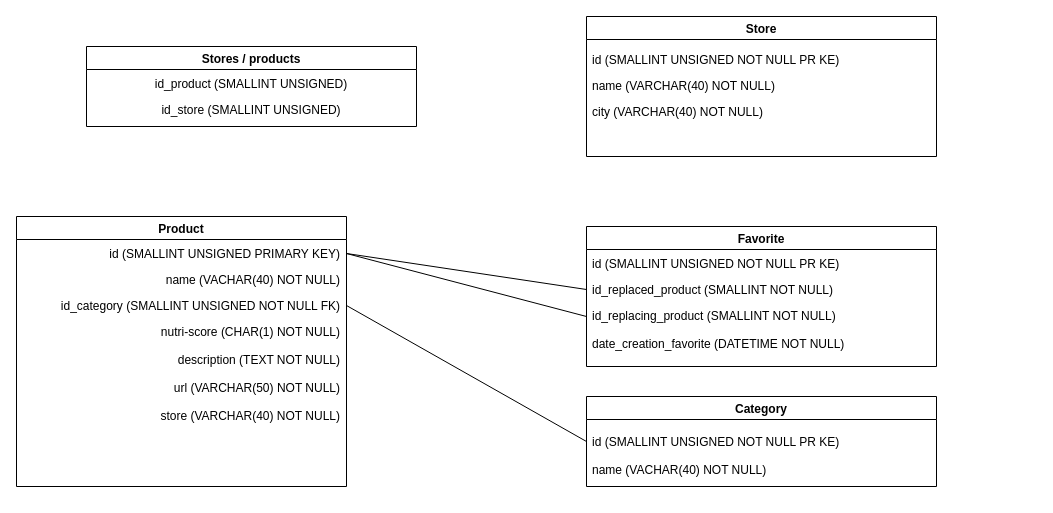
This is OrgaBDD.drawio from vicsim181/Pur_Beurre, a draw.io file, before an edit. Source tidied: cells renumbered, new cells numbered last; positions are measured from the earlier drawing's top-left corner, leaving out a move shared by most shapes. Both pictures are drawn from the tidied source at 100%, with x=0, y=0 at pixel (16, 16).
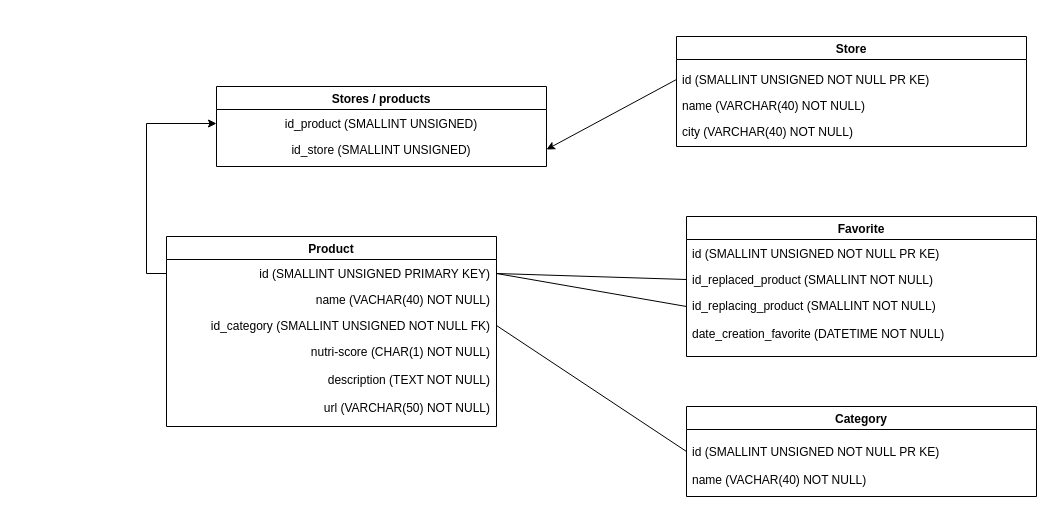
The same page after the edit.

The change refers to these unchanged cells:
```xml
<mxCell id="6" value="id (SMALLINT UNSIGNED PRIMARY KEY)" style="text;strokeColor=none;fillColor=none;align=right;verticalAlign=top;spacingLeft=4;spacingRight=4;overflow=hidden;points=[[0,0.5],[1,0.5]];portConstraint=eastwest;" parent="2" vertex="1">
  <mxGeometry y="24" width="330" height="26" as="geometry" />
</mxCell>
<mxCell id="15" value="id (SMALLINT UNSIGNED NOT NULL PR KE)" style="text;strokeColor=none;fillColor=none;align=left;verticalAlign=top;spacingLeft=4;spacingRight=4;overflow=hidden;points=[[0,0.5],[1,0.5]];portConstraint=eastwest;" parent="13" vertex="1">
  <mxGeometry y="30" width="330" height="26" as="geometry" />
</mxCell>
<mxCell id="26" value="id_product (SMALLINT UNSIGNED)" style="text;strokeColor=none;fillColor=none;align=center;verticalAlign=top;spacingLeft=4;spacingRight=4;overflow=hidden;points=[[0,0.5],[1,0.5]];portConstraint=eastwest;" parent="25" vertex="1">
  <mxGeometry y="24" width="330" height="26" as="geometry" />
</mxCell>
<mxCell id="27" value="id_store (SMALLINT UNSIGNED)" style="text;strokeColor=none;fillColor=none;align=center;verticalAlign=top;spacingLeft=4;spacingRight=4;overflow=hidden;points=[[0,0.5],[1,0.5]];portConstraint=eastwest;" parent="25" vertex="1">
  <mxGeometry y="50" width="330" height="26" as="geometry" />
</mxCell>
```

The edit, as a diff of the source:
```diff
@@
     <mxCell id="2" value="Product" style="swimlane;align=center;" parent="1" vertex="1">
-      <mxGeometry y="200" width="330" height="270" as="geometry" />
+      <mxGeometry x="150" y="220" width="330" height="190" as="geometry" />
     </mxCell>
@@
-    <mxCell id="9" value="store (VARCHAR(40) NOT NULL)" style="text;strokeColor=none;fillColor=none;align=right;verticalAlign=top;spacingLeft=4;spacingRight=4;overflow=hidden;" parent="2" vertex="1">
-      <mxGeometry y="186" width="330" height="28" as="geometry" />
-    </mxCell>
     <mxCell id="10" value="Category" style="swimlane;" parent="1" vertex="1">
-      <mxGeometry x="570" y="380" width="350" height="90" as="geometry" />
+      <mxGeometry x="670" y="390" width="350" height="90" as="geometry" />
     </mxCell>
@@
     <mxCell id="13" value="Store" style="swimlane;" parent="1" vertex="1">
-      <mxGeometry x="570" width="350" height="140" as="geometry" />
+      <mxGeometry x="660" y="20" width="350" height="110" as="geometry" />
     </mxCell>
@@
     <mxCell id="17" value="Favorite" style="swimlane;" parent="1" vertex="1">
-      <mxGeometry x="570" y="210" width="350" height="140" as="geometry" />
+      <mxGeometry x="670" y="200" width="350" height="140" as="geometry" />
     </mxCell>
@@
     <mxCell id="25" value="Stores / products" style="swimlane;align=center;" parent="1" vertex="1">
-      <mxGeometry x="70" y="30" width="330" height="80" as="geometry" />
+      <mxGeometry x="200" y="70" width="330" height="80" as="geometry" />
     </mxCell>
@@
+    <mxCell id="28" style="rounded=0;jettySize=auto;html=1;entryX=1;entryY=0.5;entryDx=0;entryDy=0;exitX=0;exitY=0.5;exitDx=0;exitDy=0;" parent="1" edge="1" source="15" target="27">
+      <mxGeometry relative="1" as="geometry" />
+    </mxCell>
+    <mxCell id="29" style="edgeStyle=orthogonalEdgeStyle;rounded=0;jettySize=auto;html=1;entryX=0;entryY=0.5;entryDx=0;entryDy=0;exitX=0;exitY=0.5;exitDx=0;exitDy=0;" parent="1" edge="1" source="6" target="26">
+      <mxGeometry relative="1" as="geometry" />
+    </mxCell>
```
